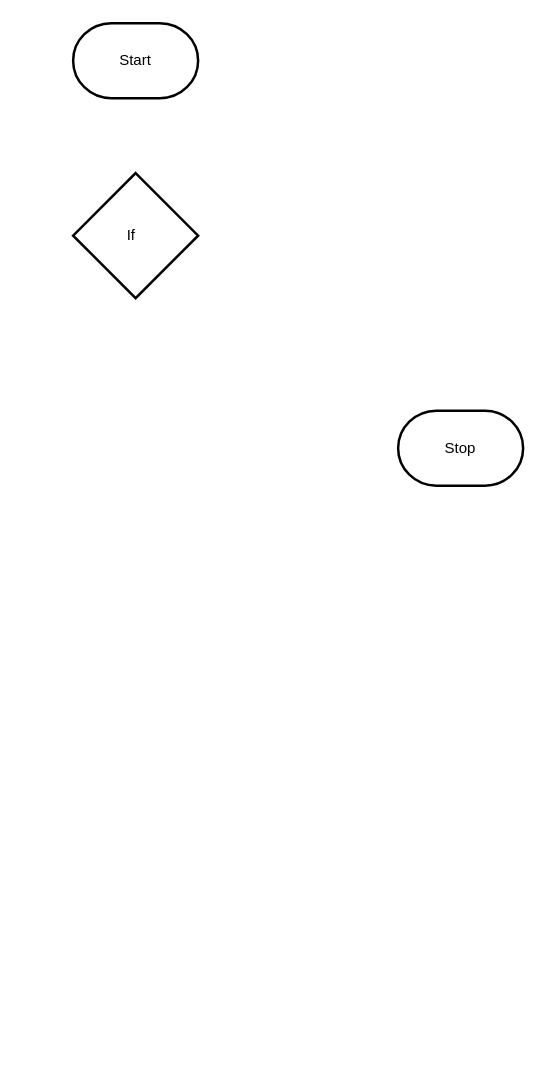
MTHS-ICD2O-1-2023/ICD2O-Unit-5-02-hai-tran-2 keeps this draw.io diagram as design/flowchart.drawio. Above is the earlier version. Source tidied: cells renumbered, new cells numbered last; positions are measured from the earlier drawing's top-left corner, leaving out a move shared by most shapes. Both pictures are drawn from the tidied source at 125%, with x=0, y=0 at pixel (72, 22).
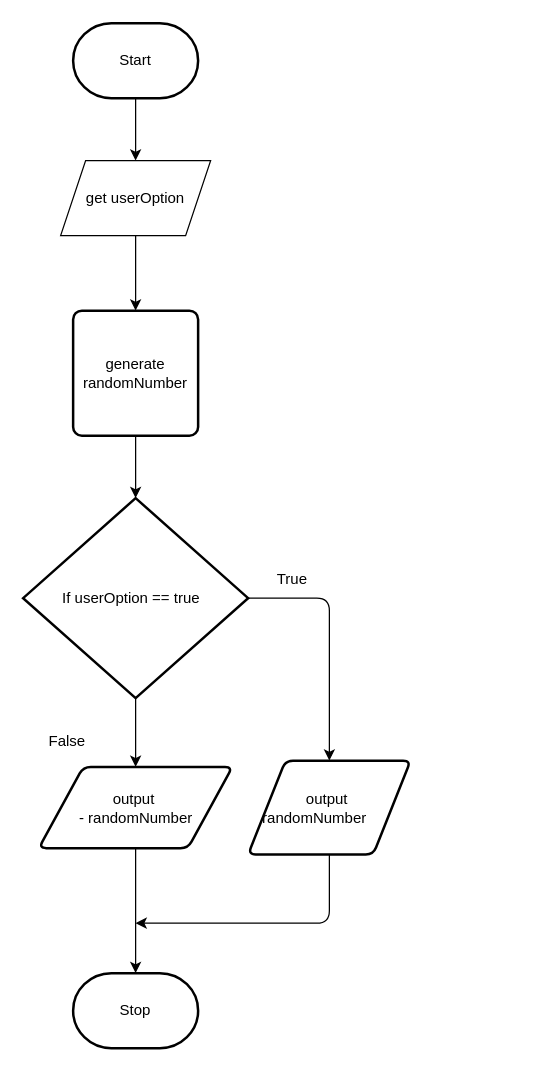
Above is the later version.

The change refers to these unchanged cells:
```xml
<mxCell id="2" value="Start" style="strokeWidth=2;html=1;shape=mxgraph.flowchart.terminator;whiteSpace=wrap;" parent="1" vertex="1">
  <mxGeometry width="100" height="60" as="geometry" />
</mxCell>
```

Change to the diagram source:
```diff
@@
+    <mxCell id="5" style="edgeStyle=none;html=1;" parent="1" edge="1" source="2" target="9">
+      <mxGeometry relative="1" as="geometry" />
+    </mxCell>
@@
     <mxCell id="3" value="Stop" style="strokeWidth=2;html=1;shape=mxgraph.flowchart.terminator;whiteSpace=wrap;" parent="1" vertex="1">
-      <mxGeometry x="260" y="310" width="100" height="60" as="geometry" />
+      <mxGeometry y="760" width="100" height="60" as="geometry" />
     </mxCell>
+    <mxCell id="6" style="edgeStyle=none;html=1;exitX=1;exitY=0.5;exitDx=0;exitDy=0;exitPerimeter=0;entryX=0.5;entryY=0;entryDx=0;entryDy=0;" parent="1" edge="1" source="4" target="13">
+      <mxGeometry relative="1" as="geometry">
+        <Array as="points">
+          <mxPoint x="205" y="460" />
+        </Array>
+      </mxGeometry>
+    </mxCell>
+    <mxCell id="7" style="edgeStyle=none;html=1;entryX=0.5;entryY=0;entryDx=0;entryDy=0;" parent="1" edge="1" source="4" target="17">
+      <mxGeometry relative="1" as="geometry" />
+    </mxCell>
-    <mxCell id="4" value="If&amp;nbsp;&amp;nbsp;" style="strokeWidth=2;html=1;shape=mxgraph.flowchart.decision;whiteSpace=wrap;" parent="1" vertex="1">
-      <mxGeometry y="120" width="100" height="100" as="geometry" />
+    <mxCell id="4" value="If&amp;nbsp;userOption == true&amp;nbsp;&amp;nbsp;" style="strokeWidth=2;html=1;shape=mxgraph.flowchart.decision;whiteSpace=wrap;" parent="1" vertex="1">
+      <mxGeometry x="-40" y="380" width="180" height="160" as="geometry" />
     </mxCell>
+    <mxCell id="8" style="edgeStyle=none;html=1;entryX=0.5;entryY=0;entryDx=0;entryDy=0;" parent="1" edge="1" source="9" target="11">
+      <mxGeometry relative="1" as="geometry" />
+    </mxCell>
+    <mxCell id="9" value="get userOption" style="shape=parallelogram;perimeter=parallelogramPerimeter;whiteSpace=wrap;html=1;fixedSize=1;" parent="1" vertex="1">
+      <mxGeometry x="-10" y="110" width="120" height="60" as="geometry" />
+    </mxCell>
+    <mxCell id="10" style="edgeStyle=none;html=1;entryX=0.5;entryY=0;entryDx=0;entryDy=0;entryPerimeter=0;" parent="1" edge="1" source="11" target="4">
+      <mxGeometry relative="1" as="geometry" />
+    </mxCell>
+    <mxCell id="11" value="generate randomNumber" style="rounded=1;whiteSpace=wrap;html=1;absoluteArcSize=1;arcSize=14;strokeWidth=2;" parent="1" vertex="1">
+      <mxGeometry y="230" width="100" height="100" as="geometry" />
+    </mxCell>
+    <mxCell id="12" style="edgeStyle=none;html=1;" parent="1" edge="1" source="13">
+      <mxGeometry relative="1" as="geometry">
+        <mxPoint x="50" y="720" as="targetPoint" />
+        <Array as="points">
+          <mxPoint x="205" y="720" />
+        </Array>
+      </mxGeometry>
+    </mxCell>
+    <mxCell id="13" value="output&amp;nbsp; randomNumber&lt;span style=&quot;white-space: pre;&quot;&gt;&#9;&lt;/span&gt;" style="shape=parallelogram;html=1;strokeWidth=2;perimeter=parallelogramPerimeter;whiteSpace=wrap;rounded=1;arcSize=12;size=0.23;" parent="1" vertex="1">
+      <mxGeometry x="140" y="590" width="130" height="75" as="geometry" />
+    </mxCell>
+    <mxCell id="14" value="True" style="text;html=1;align=center;verticalAlign=middle;strokeColor=none;fillColor=none;" parent="1" vertex="1">
+      <mxGeometry x="150" y="430" width="50" height="30" as="geometry" />
+    </mxCell>
+    <mxCell id="15" value="False" style="text;html=1;align=center;verticalAlign=middle;strokeColor=none;fillColor=none;" parent="1" vertex="1">
+      <mxGeometry x="-30" y="560" width="50" height="30" as="geometry" />
+    </mxCell>
+    <mxCell id="16" style="edgeStyle=none;html=1;entryX=0.5;entryY=0;entryDx=0;entryDy=0;entryPerimeter=0;" parent="1" edge="1" source="17" target="3">
+      <mxGeometry relative="1" as="geometry" />
+    </mxCell>
+    <mxCell id="17" value="output&amp;nbsp;&lt;br&gt;- randomNumber" style="shape=parallelogram;html=1;strokeWidth=2;perimeter=parallelogramPerimeter;whiteSpace=wrap;rounded=1;arcSize=12;size=0.23;" parent="1" vertex="1">
+      <mxGeometry x="-27.5" y="595" width="155" height="65" as="geometry" />
+    </mxCell>
```
